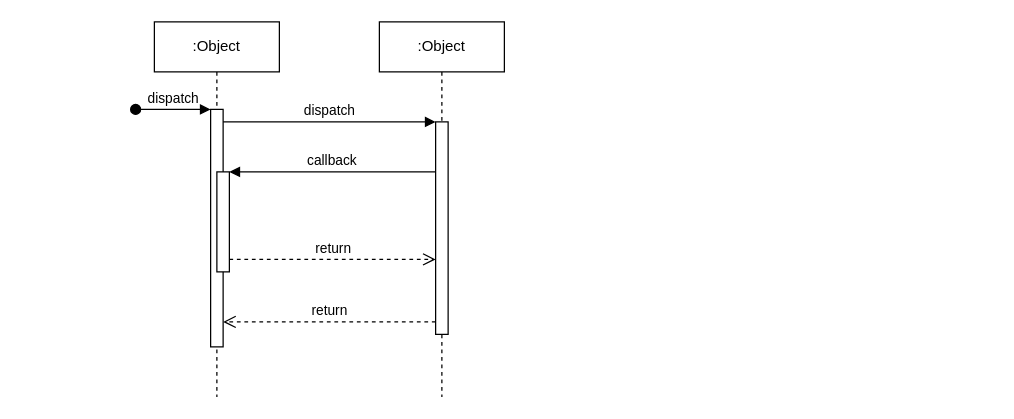
Earlier version of the draw.io diagram docs/assets/Sequence Diagram.drawio (akshayvijaynair/music-academy-docs). Source tidied: cells renumbered, new cells numbered last; positions are measured from the earlier drawing's top-left corner, leaving out a move shared by most shapes. Both pictures are drawn from the tidied source at 125%, with x=0, y=0 at pixel (135, 21).
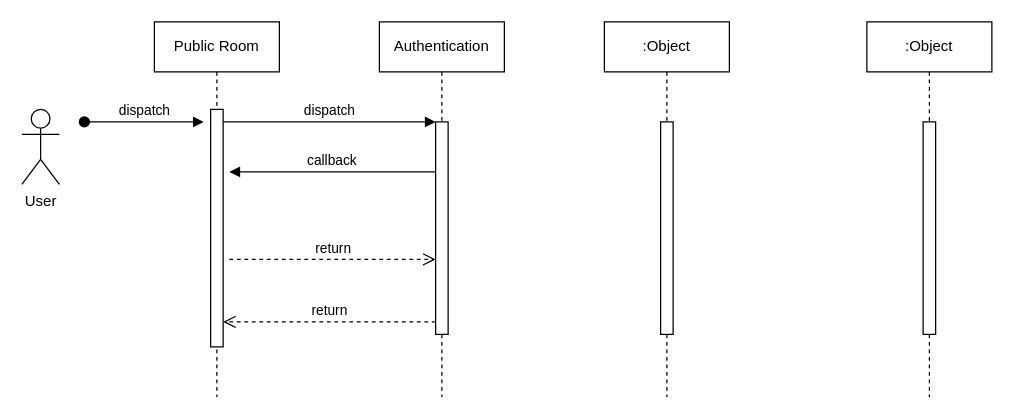
The same page after the edit.

The change refers to these unchanged cells:
```xml
<mxCell id="3" style="html=1;points=[];perimeter=orthogonalPerimeter;outlineConnect=0;targetShapes=umlLifeline;portConstraint=eastwest;newEdgeStyle={&quot;edgeStyle&quot;:&quot;elbowEdgeStyle&quot;,&quot;elbow&quot;:&quot;vertical&quot;,&quot;curved&quot;:0,&quot;rounded&quot;:0};" parent="2" vertex="1">
  <mxGeometry x="45" y="70" width="10" height="190" as="geometry" />
</mxCell>
<mxCell id="7" style="html=1;points=[];perimeter=orthogonalPerimeter;outlineConnect=0;targetShapes=umlLifeline;portConstraint=eastwest;newEdgeStyle={&quot;edgeStyle&quot;:&quot;elbowEdgeStyle&quot;,&quot;elbow&quot;:&quot;vertical&quot;,&quot;curved&quot;:0,&quot;rounded&quot;:0};" parent="6" vertex="1">
  <mxGeometry x="45" y="80" width="10" height="170" as="geometry" />
</mxCell>
```

What changed in the source:
```diff
@@
-    <mxCell id="2" value=":Object" style="shape=umlLifeline;perimeter=lifelinePerimeter;whiteSpace=wrap;html=1;newEdgeStyle={&quot;edgeStyle&quot;:&quot;elbowEdgeStyle&quot;,&quot;elbow&quot;:&quot;vertical&quot;,&quot;curved&quot;:0,&quot;rounded&quot;:0};" parent="1" vertex="1">
+    <mxCell id="2" value="Public Room" style="shape=umlLifeline;perimeter=lifelinePerimeter;whiteSpace=wrap;html=1;newEdgeStyle={&quot;edgeStyle&quot;:&quot;elbowEdgeStyle&quot;,&quot;elbow&quot;:&quot;vertical&quot;,&quot;curved&quot;:0,&quot;rounded&quot;:0};" parent="1" vertex="1">
       <mxGeometry x="15" width="100" height="300" as="geometry" />
     </mxCell>
@@
-    <mxCell id="4" value="dispatch" style="html=1;verticalAlign=bottom;startArrow=oval;endArrow=block;startSize=8;edgeStyle=elbowEdgeStyle;elbow=vertical;curved=0;rounded=0;" parent="2" edge="1" target="3">
-      <mxGeometry relative="1" as="geometry">
-        <mxPoint x="-15" y="70" as="sourcePoint" />
-      </mxGeometry>
-    </mxCell>
-    <mxCell id="5" style="html=1;points=[];perimeter=orthogonalPerimeter;outlineConnect=0;targetShapes=umlLifeline;portConstraint=eastwest;newEdgeStyle={&quot;edgeStyle&quot;:&quot;elbowEdgeStyle&quot;,&quot;elbow&quot;:&quot;vertical&quot;,&quot;curved&quot;:0,&quot;rounded&quot;:0};" parent="2" vertex="1">
-      <mxGeometry x="50" y="120" width="10" height="80" as="geometry" />
-    </mxCell>
-    <mxCell id="6" value=":Object" style="shape=umlLifeline;perimeter=lifelinePerimeter;whiteSpace=wrap;html=1;newEdgeStyle={&quot;edgeStyle&quot;:&quot;elbowEdgeStyle&quot;,&quot;elbow&quot;:&quot;vertical&quot;,&quot;curved&quot;:0,&quot;rounded&quot;:0};" parent="1" vertex="1">
+    <mxCell id="6" value="Authentication" style="shape=umlLifeline;perimeter=lifelinePerimeter;whiteSpace=wrap;html=1;newEdgeStyle={&quot;edgeStyle&quot;:&quot;elbowEdgeStyle&quot;,&quot;elbow&quot;:&quot;vertical&quot;,&quot;curved&quot;:0,&quot;rounded&quot;:0};" parent="1" vertex="1">
       <mxGeometry x="195" width="100" height="300" as="geometry" />
     </mxCell>
@@
-    <mxCell id="10" value="callback" style="html=1;verticalAlign=bottom;endArrow=block;edgeStyle=elbowEdgeStyle;elbow=vertical;curved=0;rounded=0;" parent="1" edge="1" source="7" target="5">
+    <mxCell id="10" value="callback" style="html=1;verticalAlign=bottom;endArrow=block;edgeStyle=elbowEdgeStyle;elbow=vertical;curved=0;rounded=0;" parent="1" edge="1" source="7">
       <mxGeometry relative="1" as="geometry">
+        <mxPoint x="75" y="120" as="targetPoint" />
         <Array as="points">
           <mxPoint x="165" y="120" />
         </Array>
       </mxGeometry>
     </mxCell>
-    <mxCell id="11" value="return" style="html=1;verticalAlign=bottom;endArrow=open;dashed=1;endSize=8;edgeStyle=elbowEdgeStyle;elbow=vertical;curved=0;rounded=0;" parent="1" edge="1" source="5" target="7">
+    <mxCell id="11" value="return" style="html=1;verticalAlign=bottom;endArrow=open;dashed=1;endSize=8;edgeStyle=elbowEdgeStyle;elbow=vertical;curved=0;rounded=0;" parent="1" edge="1" target="7">
       <mxGeometry relative="1" as="geometry">
+        <mxPoint x="75" y="190" as="sourcePoint" />
         <Array as="points">
           <mxPoint x="155" y="190" />
         </Array>
       </mxGeometry>
     </mxCell>
+    <mxCell id="12" value=":Object" style="shape=umlLifeline;perimeter=lifelinePerimeter;whiteSpace=wrap;html=1;newEdgeStyle={&quot;edgeStyle&quot;:&quot;elbowEdgeStyle&quot;,&quot;elbow&quot;:&quot;vertical&quot;,&quot;curved&quot;:0,&quot;rounded&quot;:0};" parent="1" vertex="1">
+      <mxGeometry x="375" width="100" height="300" as="geometry" />
+    </mxCell>
+    <mxCell id="13" style="html=1;perimeter=orthogonalPerimeter;targetShapes=umlLifeline;newEdgeStyle={&quot;edgeStyle&quot;:&quot;elbowEdgeStyle&quot;,&quot;elbow&quot;:&quot;vertical&quot;,&quot;curved&quot;:0,&quot;rounded&quot;:0};" parent="12" vertex="1">
+      <mxGeometry x="45" y="80" width="10" height="170" as="geometry" />
+    </mxCell>
+    <mxCell id="14" value=":Object" style="shape=umlLifeline;perimeter=lifelinePerimeter;whiteSpace=wrap;html=1;newEdgeStyle={&quot;edgeStyle&quot;:&quot;elbowEdgeStyle&quot;,&quot;elbow&quot;:&quot;vertical&quot;,&quot;curved&quot;:0,&quot;rounded&quot;:0};" parent="1" vertex="1">
+      <mxGeometry x="585" width="100" height="300" as="geometry" />
+    </mxCell>
+    <mxCell id="15" style="html=1;perimeter=orthogonalPerimeter;targetShapes=umlLifeline;newEdgeStyle={&quot;edgeStyle&quot;:&quot;elbowEdgeStyle&quot;,&quot;elbow&quot;:&quot;vertical&quot;,&quot;curved&quot;:0,&quot;rounded&quot;:0};" parent="14" vertex="1">
+      <mxGeometry x="45" y="80" width="10" height="170" as="geometry" />
+    </mxCell>
+    <mxCell id="16" value="User" style="shape=umlActor;verticalLabelPosition=bottom;verticalAlign=top;html=1;" parent="1" vertex="1">
+      <mxGeometry x="-91" y="70" width="30" height="60" as="geometry" />
+    </mxCell>
+    <mxCell id="4" value="dispatch" style="html=1;verticalAlign=bottom;startArrow=oval;endArrow=block;startSize=8;edgeStyle=elbowEdgeStyle;elbow=vertical;curved=0;rounded=0;" parent="1" edge="1">
+      <mxGeometry relative="1" as="geometry">
+        <mxPoint x="-41" y="80" as="sourcePoint" />
+        <mxPoint x="54.5" y="80" as="targetPoint" />
+      </mxGeometry>
+    </mxCell>
```
